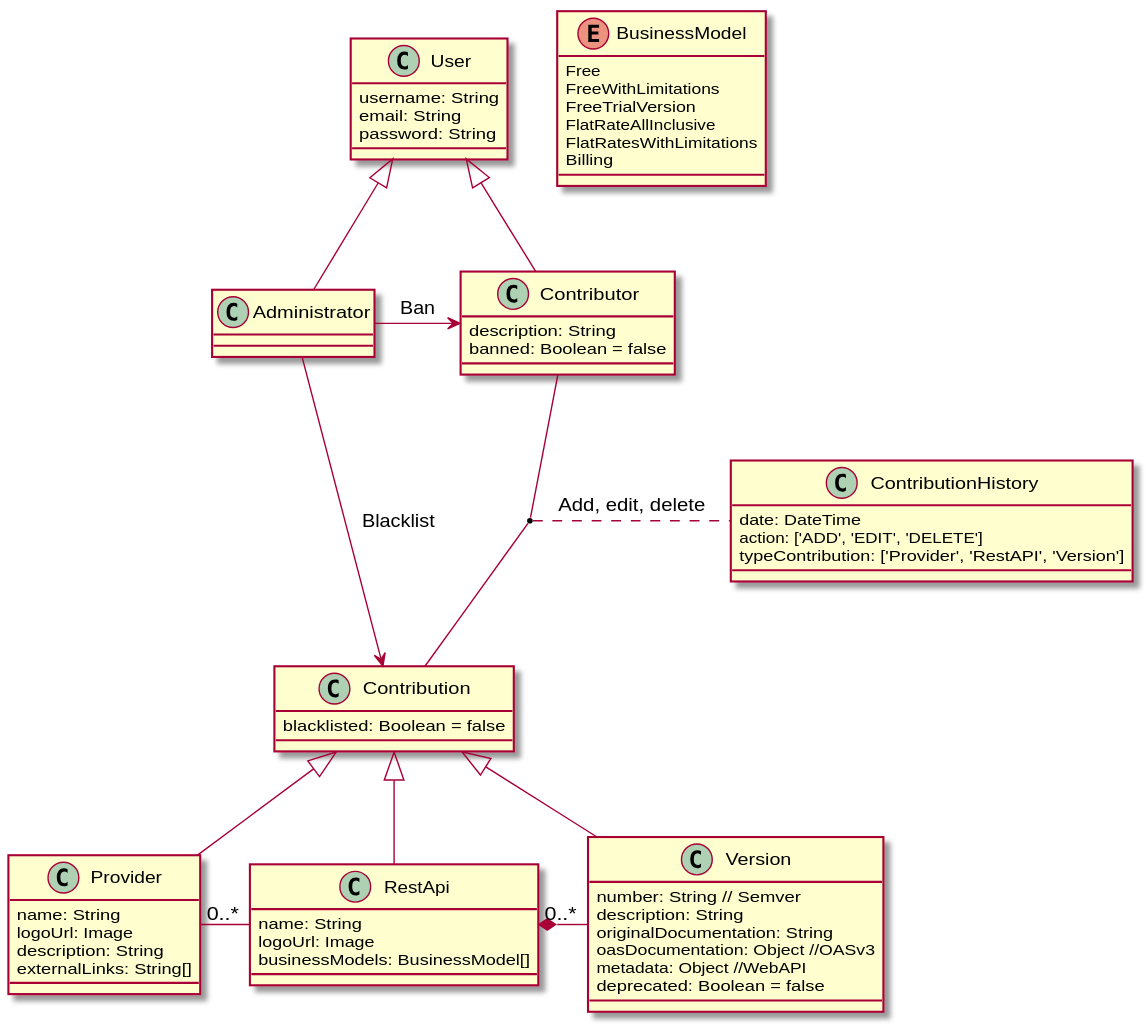
This is doc/DC APIs Repositorio.svg from tonen100/TFM_API_RepositorioServiciosWebEnriquecidos, a PlantUML export, as it was before one commit.
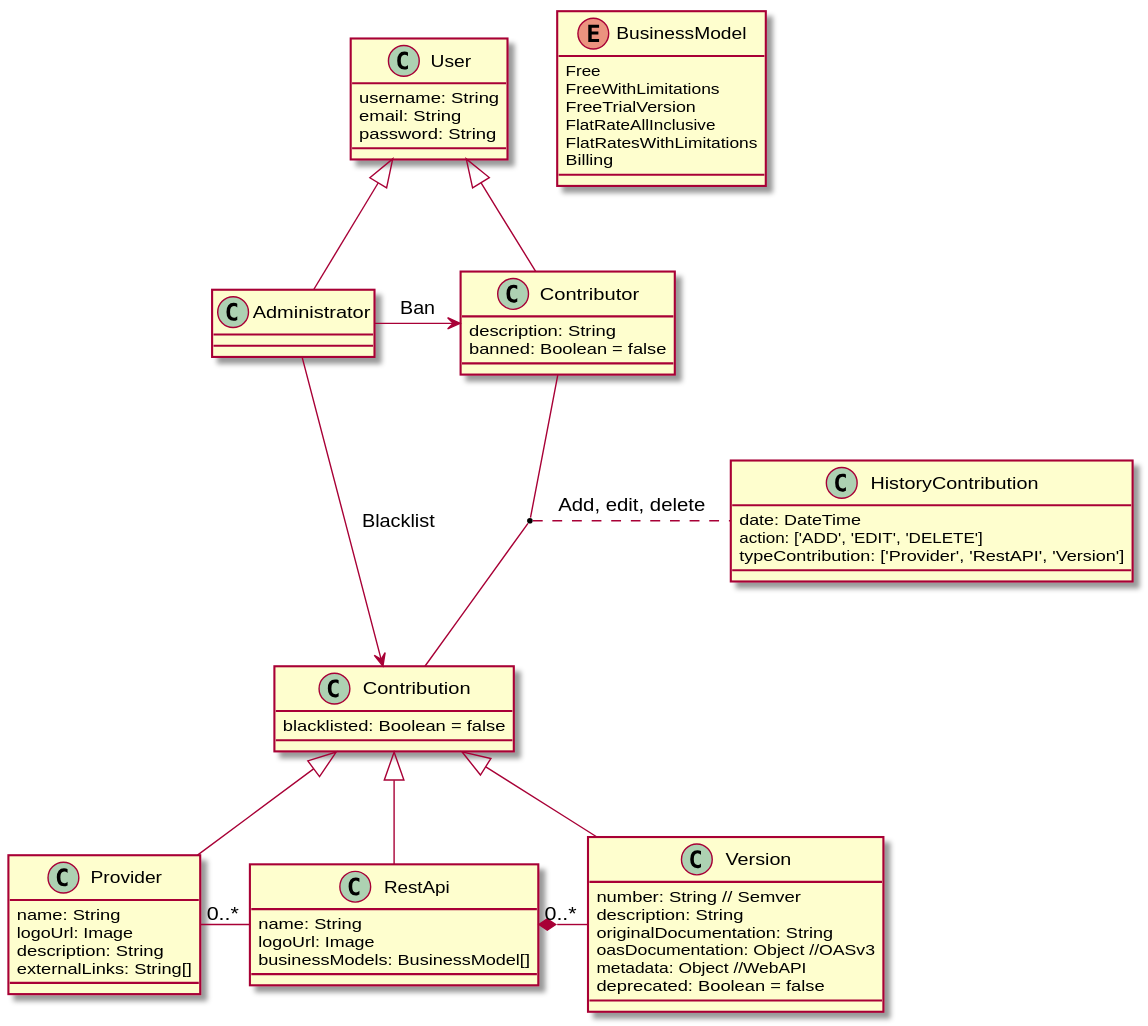
The same diagram one commit later.

Diff of the diagram source:
```diff
@@ -49,7 +49,7 @@
     blacklisted: Boolean = false
 }
 
-class ContributionHistory {
+class HistoryContribution {
     date: DateTime
     action: ['ADD', 'EDIT', 'DELETE']
     typeContribution: ['Provider', 'RestAPI', 'Version']
@@ -61,7 +61,7 @@
 User <|-- Contributor
 Administrator --> Contribution: Blacklist
 Administrator -right-> Contributor: Ban
-(Contributor,Contribution) .. ContributionHistory: Add, edit, delete
+(Contributor,Contribution) .. HistoryContribution: Add, edit, delete
 Contribution <|-- Provider
 Contribution <|-- RestApi
 Contribution <|-- Version
```
